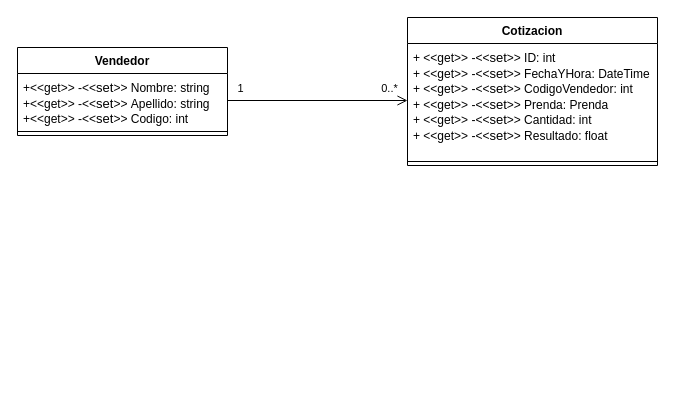
Before: Diagramas/DiagramaModelo.drawio in santi9865/Tanodi-DesafioFinal, a draw.io diagram. Source tidied: cells renumbered, new cells numbered last; positions are measured from the earlier drawing's top-left corner, leaving out a move shared by most shapes. Both pictures are drawn from the tidied source at 100%, with x=0, y=0 at pixel (17, 17).
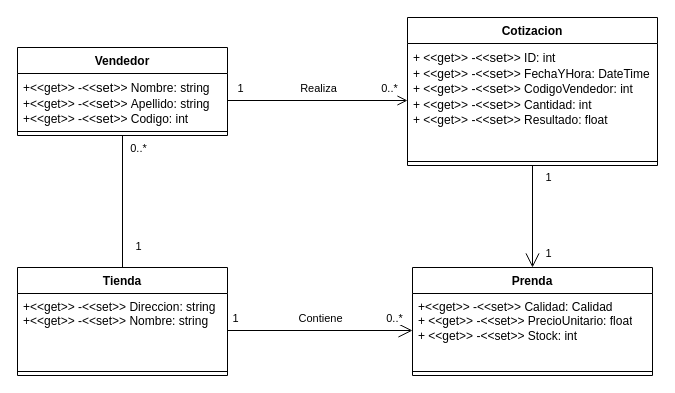
Above is the later version.

Commit message:
Hecho el diagrama Parte B

The change refers to these unchanged cells:
```xml
<mxCell id="2" value="Vendedor" style="swimlane;fontStyle=1;align=center;verticalAlign=top;horizontal=1;startSize=26;whiteSpace=wrap;html=1;" parent="1" vertex="1">
  <mxGeometry y="30" width="210" height="88" as="geometry" />
</mxCell>
<mxCell id="6" value="Cotizacion" style="swimlane;fontStyle=1;align=center;verticalAlign=top;horizontal=1;startSize=26;whiteSpace=wrap;html=1;" parent="1" vertex="1">
  <mxGeometry x="390" width="250" height="148" as="geometry" />
</mxCell>
<mxCell id="9" style="endArrow=open;startArrow=none;endFill=0;startFill=0;endSize=8;html=1;verticalAlign=bottom;labelBackgroundColor=none;strokeWidth=1;rounded=0;exitX=1;exitY=0.5;exitDx=0;exitDy=0;entryX=0;entryY=0.5;entryDx=0;entryDy=0;" parent="1" edge="1" source="4" target="7">
  <mxGeometry relative="1" as="geometry" />
</mxCell>
```

The edit, as a diff of the source:
```diff
@@
-    <mxCell id="7" value="+ &amp;lt;&amp;lt;get&amp;gt;&amp;gt;&amp;nbsp;-&amp;lt;&amp;lt;&lt;span style=&quot;background-color: transparent; font-family: inherit; font-style: inherit; font-variant: inherit; font-weight: inherit; color: var(--highlight-keyword); margin: 0px; padding: 0px; border: 0px; font-stretch: inherit; line-height: inherit; font-optical-sizing: inherit; font-kerning: inherit; font-feature-settings: inherit; font-variation-settings: inherit; font-size: 13px; vertical-align: baseline; box-sizing: inherit;&quot; class=&quot;hljs-keyword&quot;&gt;set&lt;/span&gt;&lt;span style=&quot;background-color: transparent; font-family: inherit; font-size: var(--_pr-code-fs); font-style: inherit; font-variant-ligatures: inherit; font-variant-caps: inherit; font-weight: inherit; color: var(--highlight-color);&quot;&gt;&amp;gt;&amp;gt;&lt;/span&gt;&lt;span style=&quot;background-color: initial;&quot;&gt;&amp;nbsp;ID: int&lt;/span&gt;&lt;br&gt;+ &amp;lt;&amp;lt;get&amp;gt;&amp;gt;&amp;nbsp;-&amp;lt;&amp;lt;&lt;span style=&quot;background-color: transparent; font-family: inherit; font-style: inherit; font-variant: inherit; font-weight: inherit; color: var(--highlight-keyword); margin: 0px; padding: 0px; border: 0px; font-stretch: inherit; line-height: inherit; font-optical-sizing: inherit; font-kerning: inherit; font-feature-settings: inherit; font-variation-settings: inherit; font-size: 13px; vertical-align: baseline; box-sizing: inherit;&quot; class=&quot;hljs-keyword&quot;&gt;set&lt;/span&gt;&lt;span style=&quot;background-color: transparent; font-family: inherit; font-size: var(--_pr-code-fs); font-style: inherit; font-variant-ligatures: inherit; font-variant-caps: inherit; font-weight: inherit; color: var(--highlight-color);&quot;&gt;&amp;gt;&amp;gt;&lt;/span&gt;&lt;span style=&quot;background-color: initial;&quot;&gt;&amp;nbsp;FechaYHora: DateTime&lt;/span&gt;&lt;br&gt;+ &amp;lt;&amp;lt;get&amp;gt;&amp;gt;&amp;nbsp;-&amp;lt;&amp;lt;&lt;span style=&quot;background-color: transparent; font-family: inherit; font-style: inherit; font-variant: inherit; font-weight: inherit; color: var(--highlight-keyword); margin: 0px; padding: 0px; border: 0px; font-stretch: inherit; line-height: inherit; font-optical-sizing: inherit; font-kerning: inherit; font-feature-settings: inherit; font-variation-settings: inherit; font-size: 13px; vertical-align: baseline; box-sizing: inherit;&quot; class=&quot;hljs-keyword&quot;&gt;set&lt;/span&gt;&lt;span style=&quot;background-color: transparent; font-family: inherit; font-size: var(--_pr-code-fs); font-style: inherit; font-variant-ligatures: inherit; font-variant-caps: inherit; font-weight: inherit; color: var(--highlight-color);&quot;&gt;&amp;gt;&amp;gt;&lt;/span&gt;&lt;span style=&quot;background-color: initial;&quot;&gt;&amp;nbsp;CodigoVendedor: int&lt;/span&gt;&lt;br&gt;+ &amp;lt;&amp;lt;get&amp;gt;&amp;gt;&amp;nbsp;-&amp;lt;&amp;lt;&lt;span style=&quot;background-color: transparent; font-family: inherit; font-style: inherit; font-variant: inherit; font-weight: inherit; color: var(--highlight-keyword); margin: 0px; padding: 0px; border: 0px; font-stretch: inherit; line-height: inherit; font-optical-sizing: inherit; font-kerning: inherit; font-feature-settings: inherit; font-variation-settings: inherit; font-size: 13px; vertical-align: baseline; box-sizing: inherit;&quot; class=&quot;hljs-keyword&quot;&gt;set&lt;/span&gt;&lt;span style=&quot;background-color: transparent; font-family: inherit; font-size: var(--_pr-code-fs); font-style: inherit; font-variant-ligatures: inherit; font-variant-caps: inherit; font-weight: inherit; color: var(--highlight-color);&quot;&gt;&amp;gt;&amp;gt;&lt;/span&gt;&lt;span style=&quot;background-color: initial;&quot;&gt;&amp;nbsp;Prenda: Prenda&lt;/span&gt;&lt;br&gt;+ &amp;lt;&amp;lt;get&amp;gt;&amp;gt;&amp;nbsp;-&amp;lt;&amp;lt;&lt;span style=&quot;background-color: transparent; font-family: inherit; font-style: inherit; font-variant: inherit; font-weight: inherit; color: var(--highlight-keyword); margin: 0px; padding: 0px; border: 0px; font-stretch: inherit; line-height: inherit; font-optical-sizing: inherit; font-kerning: inherit; font-feature-settings: inherit; font-variation-settings: inherit; font-size: 13px; vertical-align: baseline; box-sizing: inherit;&quot; class=&quot;hljs-keyword&quot;&gt;set&lt;/span&gt;&lt;span style=&quot;background-color: transparent; font-family: inherit; font-size: var(--_pr-code-fs); font-style: inherit; font-variant-ligatures: inherit; font-variant-caps: inherit; font-weight: inherit; color: var(--highlight-color);&quot;&gt;&amp;gt;&amp;gt;&amp;nbsp;&lt;/span&gt;&lt;span style=&quot;background-color: initial;&quot;&gt;Cantidad: int&lt;/span&gt;&lt;br&gt;+ &amp;lt;&amp;lt;get&amp;gt;&amp;gt; -&amp;lt;&amp;lt;&lt;span style=&quot;background-color: transparent; font-family: inherit; font-style: inherit; font-variant: inherit; font-weight: inherit; color: var(--highlight-keyword); margin: 0px; padding: 0px; border: 0px; font-stretch: inherit; line-height: inherit; font-optical-sizing: inherit; font-kerning: inherit; font-feature-settings: inherit; font-variation-settings: inherit; font-size: 13px; vertical-align: baseline; box-sizing: inherit;&quot; class=&quot;hljs-keyword&quot;&gt;set&lt;/span&gt;&lt;span style=&quot;background-color: transparent; font-family: inherit; font-size: var(--_pr-code-fs); font-style: inherit; font-variant-ligatures: inherit; font-variant-caps: inherit; font-weight: inherit; color: var(--highlight-color);&quot;&gt;&amp;gt;&amp;gt;&amp;nbsp;&lt;/span&gt;&lt;span style=&quot;background-color: initial;&quot;&gt;Resultado: float&lt;/span&gt;" style="text;strokeColor=none;fillColor=none;align=left;verticalAlign=top;spacingLeft=4;spacingRight=4;overflow=hidden;points=[[0,0.5],[1,0.5]];portConstraint=eastwest;whiteSpace=wrap;html=1;" parent="6" vertex="1">
+    <mxCell id="7" value="+ &amp;lt;&amp;lt;get&amp;gt;&amp;gt;&amp;nbsp;-&amp;lt;&amp;lt;&lt;span style=&quot;background-color: transparent; font-family: inherit; font-style: inherit; font-variant: inherit; font-weight: inherit; color: var(--highlight-keyword); margin: 0px; padding: 0px; border: 0px; font-stretch: inherit; line-height: inherit; font-optical-sizing: inherit; font-kerning: inherit; font-feature-settings: inherit; font-variation-settings: inherit; font-size: 13px; vertical-align: baseline; box-sizing: inherit;&quot; class=&quot;hljs-keyword&quot;&gt;set&lt;/span&gt;&lt;span style=&quot;background-color: transparent; font-family: inherit; font-size: var(--_pr-code-fs); font-style: inherit; font-variant-ligatures: inherit; font-variant-caps: inherit; font-weight: inherit; color: var(--highlight-color);&quot;&gt;&amp;gt;&amp;gt;&lt;/span&gt;&lt;span style=&quot;background-color: initial;&quot;&gt;&amp;nbsp;ID: int&lt;/span&gt;&lt;br&gt;+ &amp;lt;&amp;lt;get&amp;gt;&amp;gt;&amp;nbsp;-&amp;lt;&amp;lt;&lt;span style=&quot;background-color: transparent; font-family: inherit; font-style: inherit; font-variant: inherit; font-weight: inherit; color: var(--highlight-keyword); margin: 0px; padding: 0px; border: 0px; font-stretch: inherit; line-height: inherit; font-optical-sizing: inherit; font-kerning: inherit; font-feature-settings: inherit; font-variation-settings: inherit; font-size: 13px; vertical-align: baseline; box-sizing: inherit;&quot; class=&quot;hljs-keyword&quot;&gt;set&lt;/span&gt;&lt;span style=&quot;background-color: transparent; font-family: inherit; font-size: var(--_pr-code-fs); font-style: inherit; font-variant-ligatures: inherit; font-variant-caps: inherit; font-weight: inherit; color: var(--highlight-color);&quot;&gt;&amp;gt;&amp;gt;&lt;/span&gt;&lt;span style=&quot;background-color: initial;&quot;&gt;&amp;nbsp;FechaYHora: DateTime&lt;/span&gt;&lt;br&gt;+ &amp;lt;&amp;lt;get&amp;gt;&amp;gt;&amp;nbsp;-&amp;lt;&amp;lt;&lt;span style=&quot;background-color: transparent; font-family: inherit; font-style: inherit; font-variant: inherit; font-weight: inherit; color: var(--highlight-keyword); margin: 0px; padding: 0px; border: 0px; font-stretch: inherit; line-height: inherit; font-optical-sizing: inherit; font-kerning: inherit; font-feature-settings: inherit; font-variation-settings: inherit; font-size: 13px; vertical-align: baseline; box-sizing: inherit;&quot; class=&quot;hljs-keyword&quot;&gt;set&lt;/span&gt;&lt;span style=&quot;background-color: transparent; font-family: inherit; font-size: var(--_pr-code-fs); font-style: inherit; font-variant-ligatures: inherit; font-variant-caps: inherit; font-weight: inherit; color: var(--highlight-color);&quot;&gt;&amp;gt;&amp;gt;&lt;/span&gt;&lt;span style=&quot;background-color: initial;&quot;&gt;&amp;nbsp;CodigoVendedor: int&lt;/span&gt;&lt;br&gt;+ &amp;lt;&amp;lt;get&amp;gt;&amp;gt;&amp;nbsp;-&amp;lt;&amp;lt;&lt;span style=&quot;background-color: transparent; font-family: inherit; font-style: inherit; font-variant: inherit; font-weight: inherit; color: var(--highlight-keyword); margin: 0px; padding: 0px; border: 0px; font-stretch: inherit; line-height: inherit; font-optical-sizing: inherit; font-kerning: inherit; font-feature-settings: inherit; font-variation-settings: inherit; font-size: 13px; vertical-align: baseline; box-sizing: inherit;&quot; class=&quot;hljs-keyword&quot;&gt;set&lt;/span&gt;&lt;span style=&quot;background-color: transparent; font-family: inherit; font-size: var(--_pr-code-fs); font-style: inherit; font-variant-ligatures: inherit; font-variant-caps: inherit; font-weight: inherit; color: var(--highlight-color);&quot;&gt;&amp;gt;&amp;gt;&amp;nbsp;&lt;/span&gt;&lt;span style=&quot;background-color: initial;&quot;&gt;Cantidad: int&lt;/span&gt;&lt;br&gt;+ &amp;lt;&amp;lt;get&amp;gt;&amp;gt; -&amp;lt;&amp;lt;&lt;span style=&quot;background-color: transparent; font-family: inherit; font-style: inherit; font-variant: inherit; font-weight: inherit; color: var(--highlight-keyword); margin: 0px; padding: 0px; border: 0px; font-stretch: inherit; line-height: inherit; font-optical-sizing: inherit; font-kerning: inherit; font-feature-settings: inherit; font-variation-settings: inherit; font-size: 13px; vertical-align: baseline; box-sizing: inherit;&quot; class=&quot;hljs-keyword&quot;&gt;set&lt;/span&gt;&lt;span style=&quot;background-color: transparent; font-family: inherit; font-size: var(--_pr-code-fs); font-style: inherit; font-variant-ligatures: inherit; font-variant-caps: inherit; font-weight: inherit; color: var(--highlight-color);&quot;&gt;&amp;gt;&amp;gt;&amp;nbsp;&lt;/span&gt;&lt;span style=&quot;background-color: initial;&quot;&gt;Resultado: float&lt;/span&gt;" style="text;strokeColor=none;fillColor=none;align=left;verticalAlign=top;spacingLeft=4;spacingRight=4;overflow=hidden;points=[[0,0.5],[1,0.5]];portConstraint=eastwest;whiteSpace=wrap;html=1;" parent="6" vertex="1">
       <mxGeometry y="26" width="250" height="114" as="geometry" />
     </mxCell>
@@
+    <mxCell id="12" value="Realiza" style="edgeLabel;html=1;align=center;verticalAlign=middle;" parent="9" vertex="1">
+      <mxGeometry x="0.1" y="2" relative="1" as="geometry">
+        <mxPoint x="-9" y="-11" as="offset" />
+      </mxGeometry>
+    </mxCell>
+    <mxCell id="13" value="Tienda" style="swimlane;fontStyle=1;align=center;verticalAlign=top;horizontal=1;startSize=26;whiteSpace=wrap;html=1;" parent="1" vertex="1">
+      <mxGeometry y="250" width="210" height="108" as="geometry" />
+    </mxCell>
+    <mxCell id="14" value="+&amp;lt;&amp;lt;get&amp;gt;&amp;gt; -&amp;lt;&amp;lt;set&amp;gt;&amp;gt; Direccion: string&lt;br&gt;+&amp;lt;&amp;lt;get&amp;gt;&amp;gt; -&amp;lt;&amp;lt;set&amp;gt;&amp;gt; Nombre: string&lt;br&gt;" style="text;strokeColor=none;fillColor=none;align=left;verticalAlign=top;spacingLeft=4;spacingRight=4;overflow=hidden;points=[[0,0.5],[1,0.5]];portConstraint=eastwest;whiteSpace=wrap;html=1;" parent="13" vertex="1">
+      <mxGeometry y="26" width="210" height="74" as="geometry" />
+    </mxCell>
+    <mxCell id="15" style="line;strokeWidth=1;fillColor=none;align=left;verticalAlign=middle;spacingTop=-1;spacingLeft=3;spacingRight=3;labelPosition=right;strokeColor=inherit;" parent="13" vertex="1">
+      <mxGeometry y="100" width="210" height="8" as="geometry" />
+    </mxCell>
+    <mxCell id="16" value="Prenda" style="swimlane;fontStyle=1;align=center;verticalAlign=top;horizontal=1;startSize=26;whiteSpace=wrap;html=1;" parent="1" vertex="1">
+      <mxGeometry x="395" y="250" width="240" height="108" as="geometry" />
+    </mxCell>
+    <mxCell id="17" value="+&amp;lt;&amp;lt;get&amp;gt;&amp;gt; -&amp;lt;&amp;lt;set&amp;gt;&amp;gt; Calidad: Calidad&lt;br&gt;+ &amp;lt;&amp;lt;get&amp;gt;&amp;gt; -&amp;lt;&amp;lt;set&amp;gt;&amp;gt; PrecioUnitario: float&lt;br&gt;+ &amp;lt;&amp;lt;get&amp;gt;&amp;gt; -&amp;lt;&amp;lt;set&amp;gt;&amp;gt; Stock: int" style="text;strokeColor=none;fillColor=none;align=left;verticalAlign=top;spacingLeft=4;spacingRight=4;overflow=hidden;points=[[0,0.5],[1,0.5]];portConstraint=eastwest;whiteSpace=wrap;html=1;" parent="16" vertex="1">
+      <mxGeometry y="26" width="240" height="74" as="geometry" />
+    </mxCell>
+    <mxCell id="18" style="line;strokeWidth=1;fillColor=none;align=left;verticalAlign=middle;spacingTop=-1;spacingLeft=3;spacingRight=3;labelPosition=right;strokeColor=inherit;" parent="16" vertex="1">
+      <mxGeometry y="100" width="240" height="8" as="geometry" />
+    </mxCell>
+    <mxCell id="19" style="endArrow=open;endFill=1;endSize=12;html=1;rounded=0;exitX=1;exitY=0.5;exitDx=0;exitDy=0;entryX=0;entryY=0.5;entryDx=0;entryDy=0;" parent="1" edge="1" source="14" target="17">
+      <mxGeometry relative="1" as="geometry" />
+    </mxCell>
+    <mxCell id="20" value="Contiene" style="edgeLabel;html=1;align=center;verticalAlign=middle;" parent="19" vertex="1">
+      <mxGeometry x="0.09" y="-2" relative="1" as="geometry">
+        <mxPoint x="-9" y="-15" as="offset" />
+      </mxGeometry>
+    </mxCell>
+    <mxCell id="21" value="0..*" style="edgeLabel;html=1;align=center;verticalAlign=middle;" parent="19" vertex="1">
+      <mxGeometry x="0.88" relative="1" as="geometry">
+        <mxPoint x="-8" y="-13" as="offset" />
+      </mxGeometry>
+    </mxCell>
+    <mxCell id="22" value="1" style="edgeLabel;html=1;align=center;verticalAlign=middle;" parent="19" vertex="1">
+      <mxGeometry x="-0.81" y="-3" relative="1" as="geometry">
+        <mxPoint x="-11" y="-16" as="offset" />
+      </mxGeometry>
+    </mxCell>
+    <mxCell id="23" style="endArrow=open;endFill=1;endSize=12;html=1;rounded=0;exitX=0.5;exitY=1;exitDx=0;exitDy=0;entryX=0.5;entryY=0;entryDx=0;entryDy=0;" parent="1" edge="1" source="6" target="16">
+      <mxGeometry relative="1" as="geometry" />
+    </mxCell>
+    <mxCell id="24" value="1" style="edgeLabel;html=1;align=center;verticalAlign=middle;" parent="23" vertex="1">
+      <mxGeometry x="0.7" y="-1" relative="1" as="geometry">
+        <mxPoint x="16" as="offset" />
+      </mxGeometry>
+    </mxCell>
+    <mxCell id="25" value="1" style="edgeLabel;html=1;align=center;verticalAlign=middle;" parent="23" vertex="1">
+      <mxGeometry x="-0.79" y="1" relative="1" as="geometry">
+        <mxPoint x="14" as="offset" />
+      </mxGeometry>
+    </mxCell>
+    <mxCell id="26" style="endArrow=none;endFill=0;html=1;rounded=0;exitX=0.5;exitY=0;exitDx=0;exitDy=0;entryX=0.5;entryY=1;entryDx=0;entryDy=0;" parent="1" edge="1" source="13" target="2">
+      <mxGeometry relative="1" as="geometry" />
+    </mxCell>
+    <mxCell id="27" value="0..*" style="edgeLabel;html=1;align=center;verticalAlign=middle;" parent="26" vertex="1">
+      <mxGeometry x="0.85" y="-1" relative="1" as="geometry">
+        <mxPoint x="14" y="2" as="offset" />
+      </mxGeometry>
+    </mxCell>
+    <mxCell id="28" value="1" style="edgeLabel;html=1;align=center;verticalAlign=middle;" parent="26" vertex="1">
+      <mxGeometry x="-0.67" y="-2" relative="1" as="geometry">
+        <mxPoint x="13" as="offset" />
+      </mxGeometry>
+    </mxCell>
```
